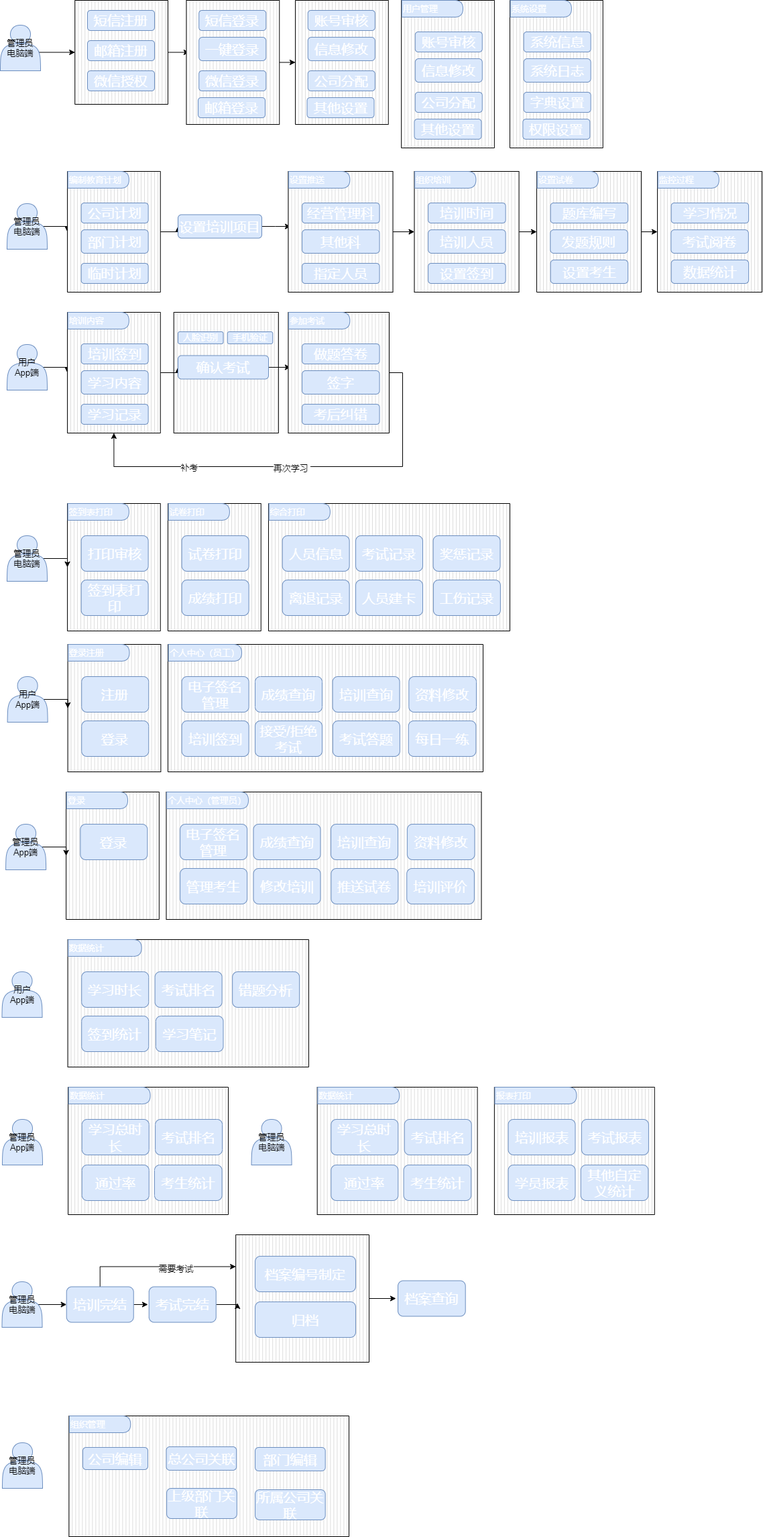
Earlier version of the draw.io export Untitled Diagram.drawio.png (lenonjone/Toolkits). Source tidied: cells renumbered, new cells last; positions are measured from the earlier drawing's top-left corner, leaving out a move shared by most shapes.
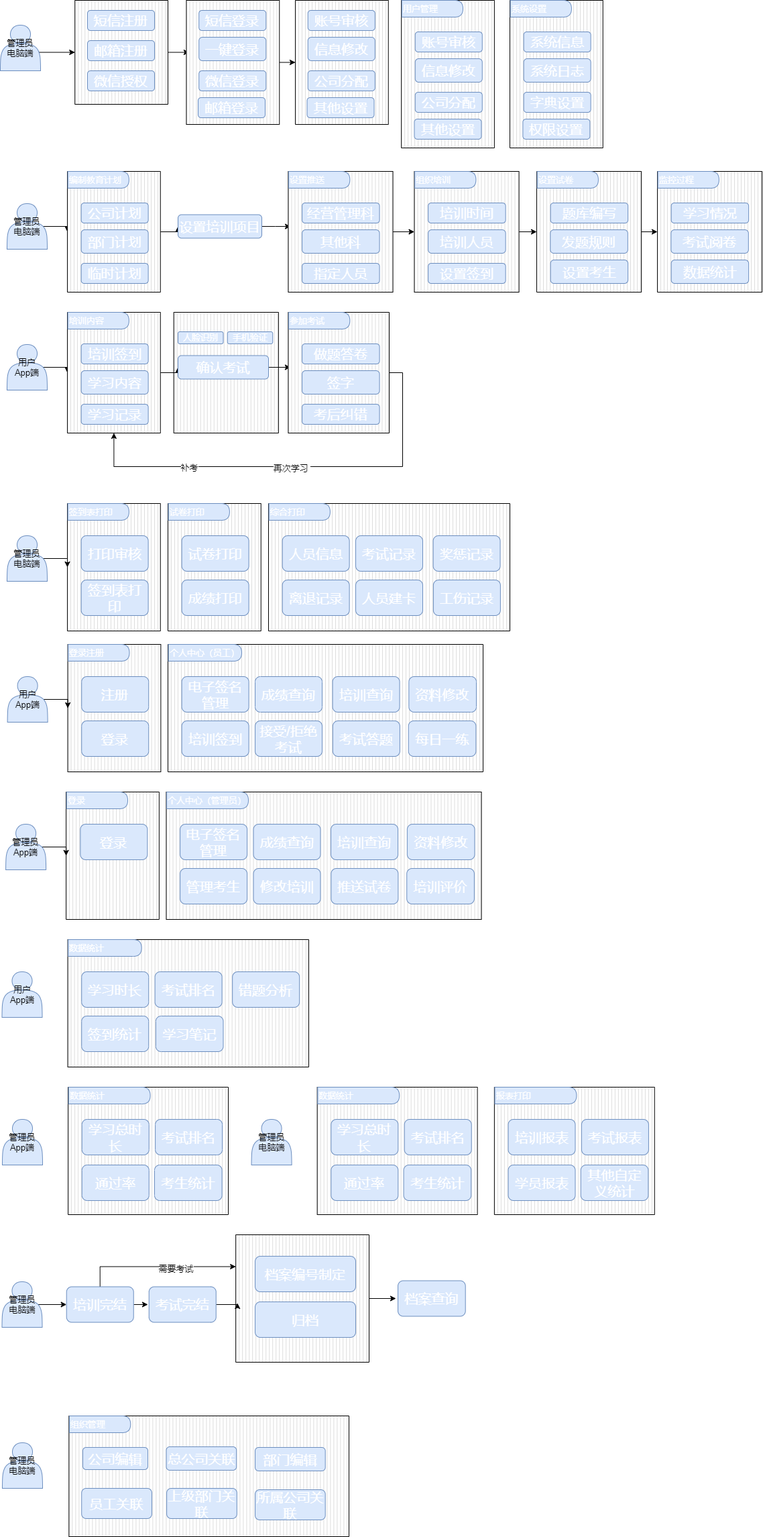
After the change.

Change to the diagram source:
```diff
@@ -560,5 +560,8 @@
     <mxCell id="183" value="上级部门关联" style="rounded=1;whiteSpace=wrap;html=1;fillColor=#dae8fc;strokeColor=#6c8ebf;fontColor=#FFFFFF;fontStyle=0;fontSize=20;" parent="1" vertex="1">
       <mxGeometry x="248.1" y="2218" width="104.7" height="45" as="geometry" />
     </mxCell>
+    <mxCell id="184" value="员工关联" style="rounded=1;whiteSpace=wrap;html=1;fillColor=#dae8fc;strokeColor=#6c8ebf;fontColor=#FFFFFF;fontStyle=0;fontSize=20;" parent="1" vertex="1">
+      <mxGeometry x="121.2" y="2218" width="104.7" height="45" as="geometry" />
+    </mxCell>
   </root>
 </mxGraphModel>
```
